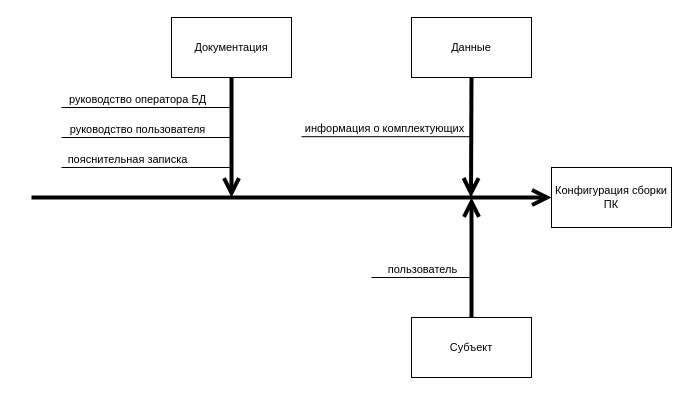
D1pex2/ConfiguratorPC keeps this draw.io diagram as Причинно-следственная диаграмма.drawio. Above is the earlier version. Source tidied: cells renumbered, new cells numbered last; positions are measured from the earlier drawing's top-left corner, leaving out a move shared by most shapes. Both pictures are drawn from the tidied source at 100%, with x=0, y=0 at pixel (31, 17).
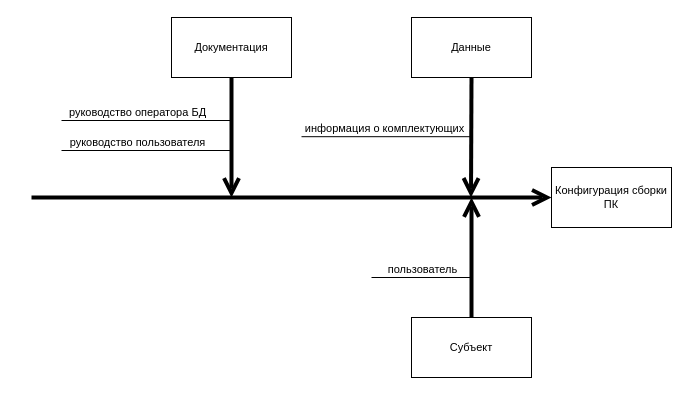
The same diagram, later.

What changed in the source:
```diff
@@
-    <mxCell id="12" style="endArrow=none;html=1;rounded=0;endSize=6;strokeColor=default;strokeWidth=1;spacingRight=3;spacing=2;align=center;fontSize=11;" parent="1" edge="1">
-      <mxGeometry relative="1" as="geometry">
-        <mxPoint x="30" y="150" as="sourcePoint" />
-        <mxPoint x="200" y="150" as="targetPoint" />
-      </mxGeometry>
-    </mxCell>
-    <mxCell id="13" value="пояснительная записка" style="edgeLabel;html=1;align=center;verticalAlign=bottom;spacingRight=22;fontSize=11;labelBackgroundColor=none;" parent="12" vertex="1">
-      <mxGeometry x="0.21" relative="1" as="geometry">
-        <mxPoint x="-27" as="offset" />
-      </mxGeometry>
-    </mxCell>
     <mxCell id="14" style="endArrow=none;html=1;rounded=0;endSize=6;strokeColor=default;strokeWidth=1;spacingRight=3;spacing=2;fontSize=11;" parent="1" edge="1">
       <mxGeometry relative="1" as="geometry">
-        <mxPoint x="30" y="120" as="sourcePoint" />
-        <mxPoint x="200" y="120" as="targetPoint" />
+        <mxPoint x="30" y="133" as="sourcePoint" />
+        <mxPoint x="200" y="133" as="targetPoint" />
       </mxGeometry>
     </mxCell>
@@
     <mxCell id="16" style="endArrow=none;html=1;rounded=0;endSize=6;strokeColor=default;strokeWidth=1;spacingRight=3;spacing=2;fontSize=11;" parent="1" edge="1">
       <mxGeometry relative="1" as="geometry">
-        <mxPoint x="30" y="90" as="sourcePoint" />
-        <mxPoint x="200" y="90" as="targetPoint" />
+        <mxPoint x="30" y="103" as="sourcePoint" />
+        <mxPoint x="200" y="103" as="targetPoint" />
       </mxGeometry>
     </mxCell>
```
